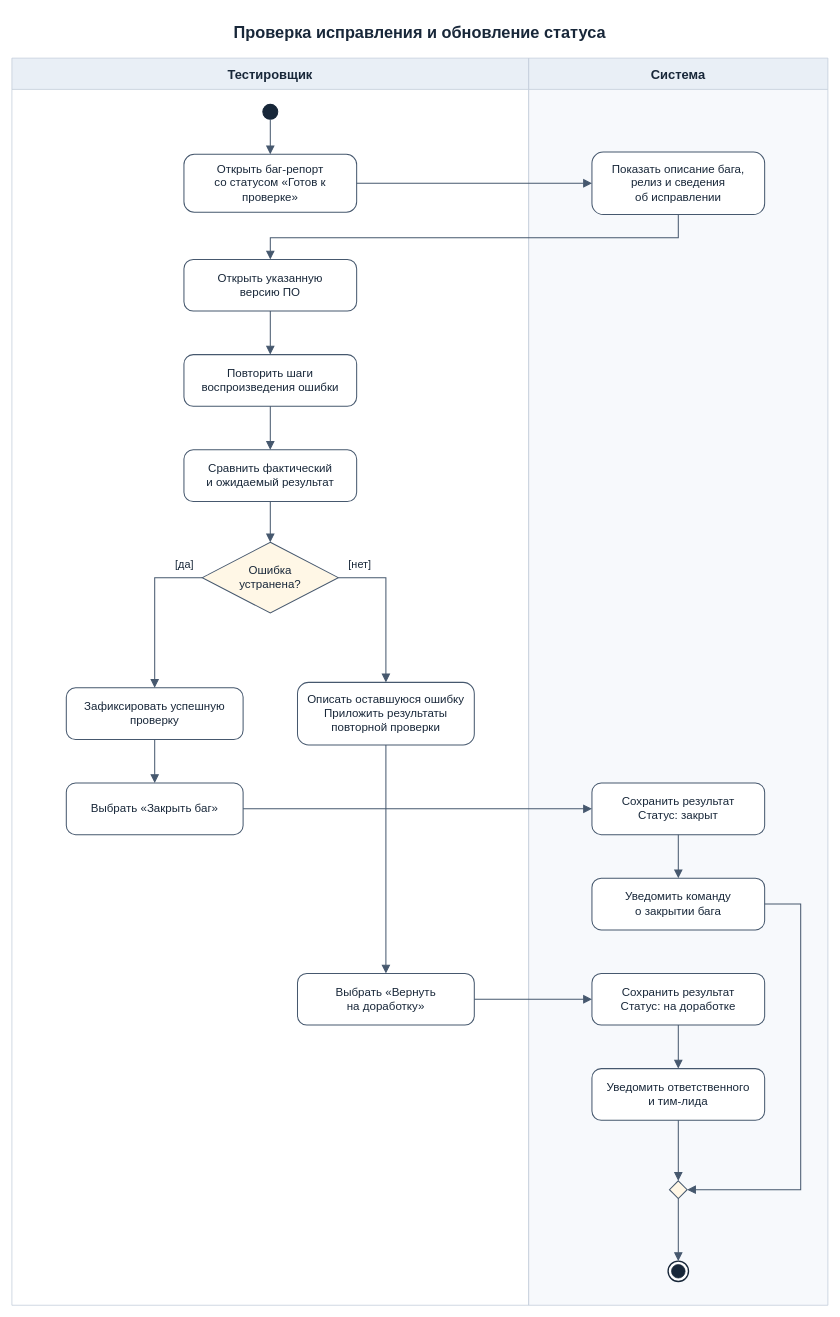
PrinceOfRaven/Bag-report-system keeps this draw.io diagram as page "5. Статус — тестировщик" (5 of 9) of Диаграммы активности.drawio. Above is the earlier version. Source tidied: cells renumbered, new cells numbered last; positions are measured from the earlier drawing's top-left corner, leaving out a move shared by most shapes. Both pictures are drawn from the tidied source at 68%, with x=0, y=0 at pixel (12, 12).
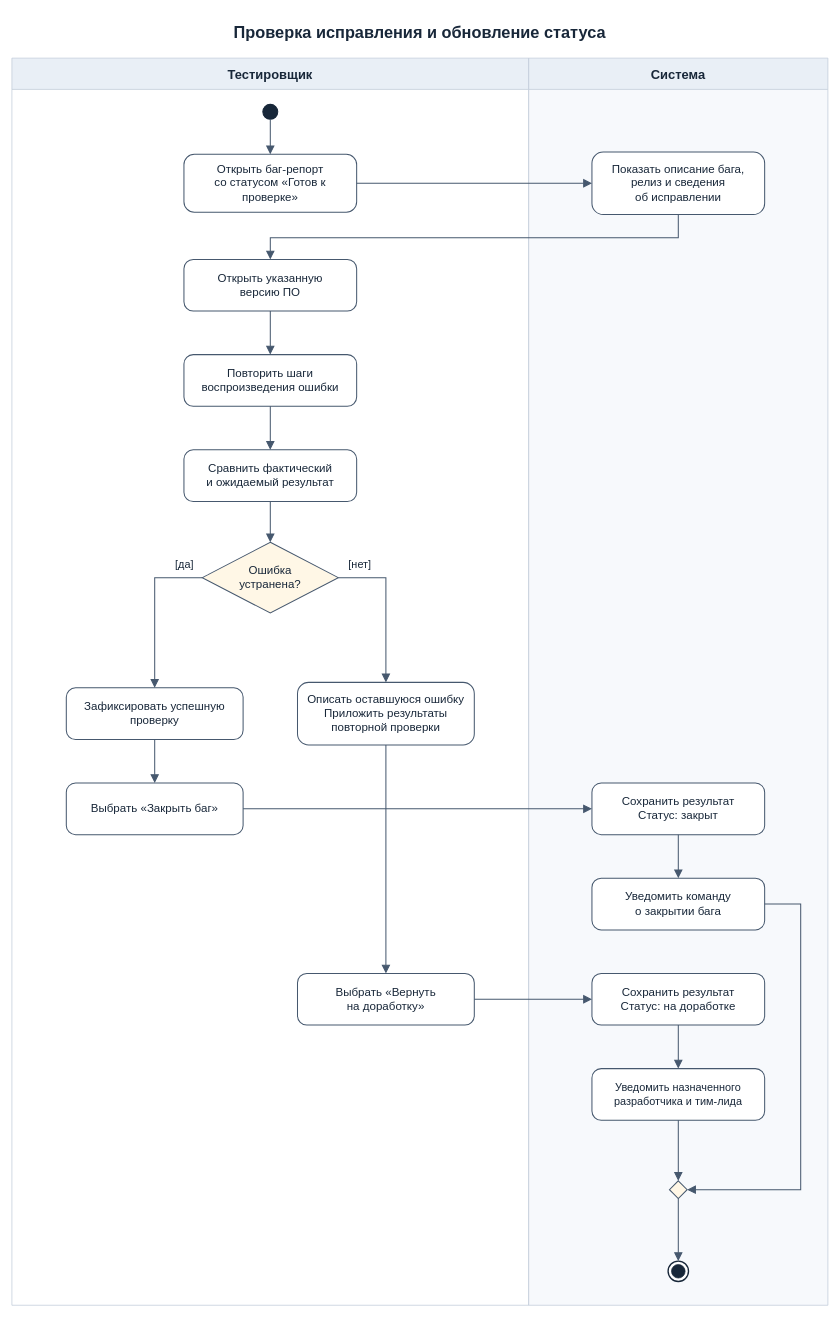
The same page after the edit.

Unchanged cells that the change refers to:
```xml
<mxCell id="14" value="Система" style="swimlane;horizontal=1;startSize=46;rounded=0;html=0;fillColor=#E9EFF6;swimlaneFillColor=#F7F9FC;strokeColor=#BCC8D6;fontFamily=Arial;fontSize=19;fontStyle=1;fontColor=#182739;" parent="1" vertex="1">
  <mxGeometry x="760" y="68" width="440" height="1834" as="geometry" />
</mxCell>
```

Diff of the diagram source:
```diff
@@
-    <mxCell id="19" value="Уведомить ответственного&#10;и тим-лида" style="html=0;whiteSpace=wrap;fontFamily=Arial;fontSize=17;fontColor=#182739;strokeColor=#46586E;strokeWidth=1.5;rounded=1;arcSize=18;fillColor=#FFFFFF;align=center;verticalAlign=middle;spacing=9;" parent="14" vertex="1">
+    <mxCell id="19" value="Уведомить назначенного&#10;разработчика и тим-лида" style="html=0;whiteSpace=wrap;fontFamily=Arial;fontSize=16;fontColor=#182739;strokeColor=#46586E;strokeWidth=1.5;rounded=1;arcSize=18;fillColor=#FFFFFF;align=center;verticalAlign=middle;spacing=9;" parent="14" vertex="1">
       <mxGeometry x="93" y="1486" width="254" height="76" as="geometry" />
     </mxCell>
```
